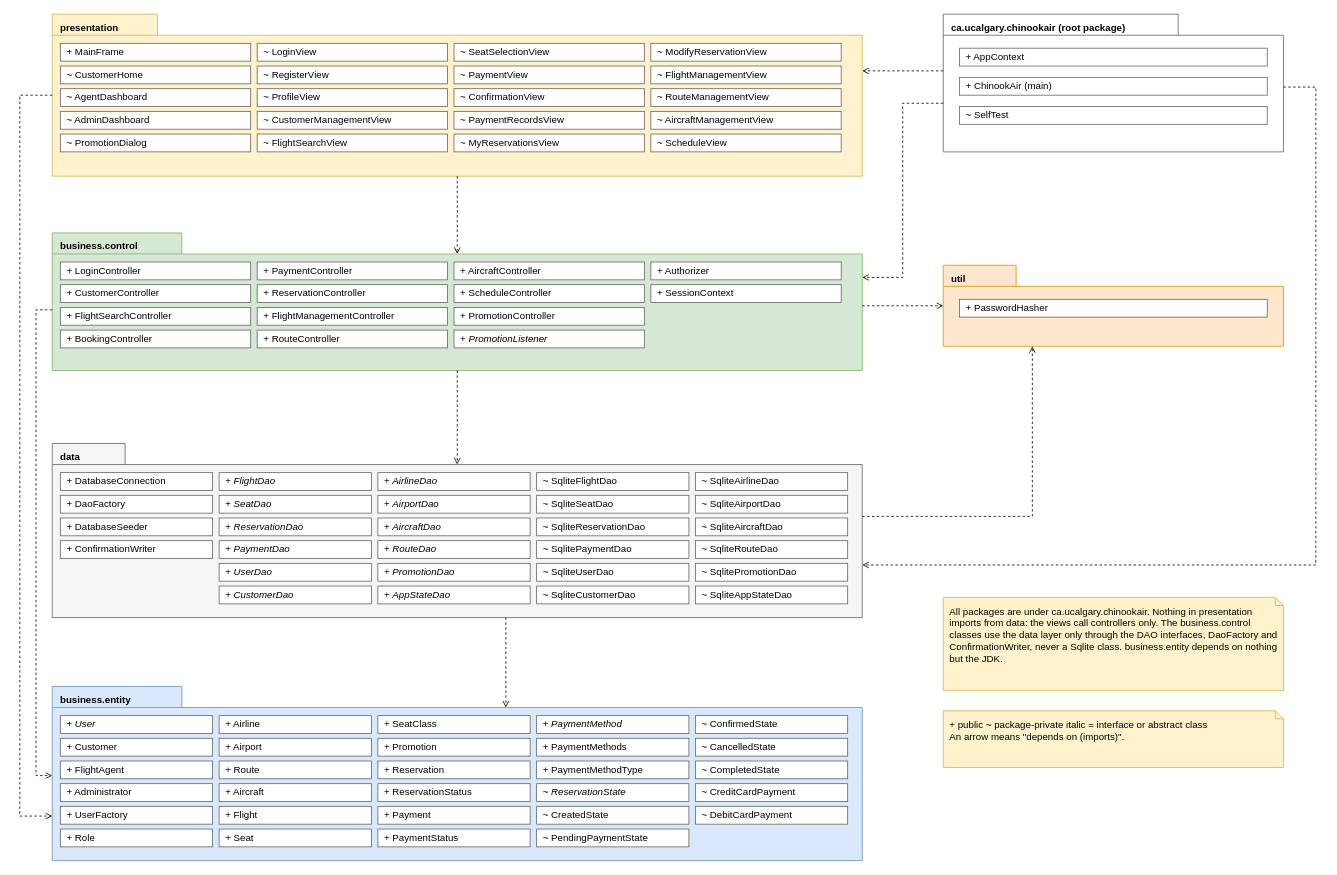
The draw.io diagram docs/diagrams/src/50-package.drawio in satyambhanot/ChinookAir, before the edit. Source tidied: cells renumbered, new cells numbered last; positions are measured from the earlier drawing's top-left corner, leaving out a move shared by most shapes. Both pictures are drawn from the tidied source at 81%, with x=0, y=0 at pixel (19, 14).
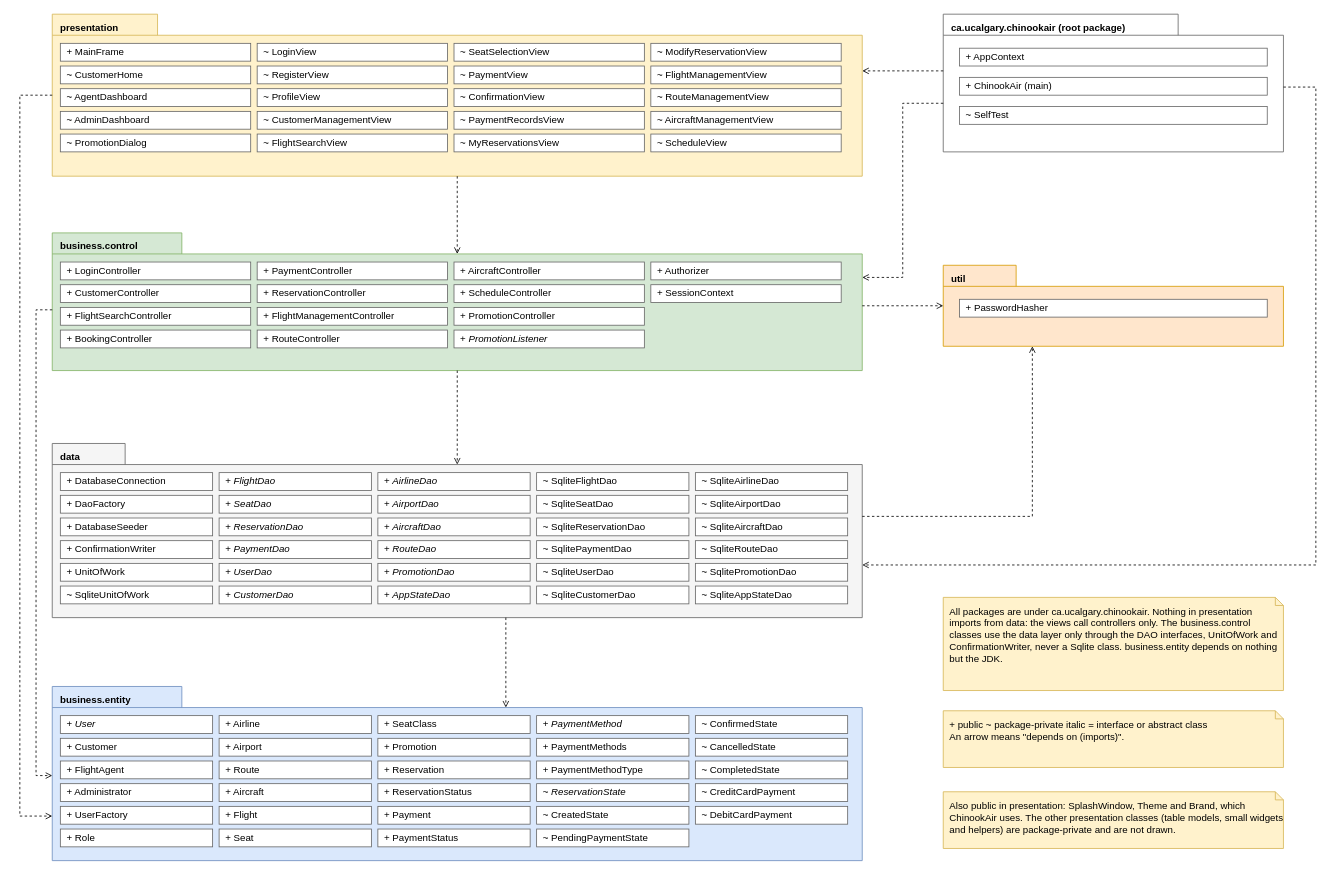
After the change.

Change to the diagram source:
```diff
@@
+    <mxCell id="115" value="+ UnitOfWork" style="rounded=0;html=1;whiteSpace=wrap;align=left;spacingLeft=6;fillColor=#ffffff;strokeColor=#666666;fontFamily=Helvetica;fontSize=12;" parent="1" vertex="1">
+      <mxGeometry x="50" y="678" width="188" height="22" as="geometry" />
+    </mxCell>
+    <mxCell id="116" value="~ SqliteUnitOfWork" style="rounded=0;html=1;whiteSpace=wrap;align=left;spacingLeft=6;fillColor=#ffffff;strokeColor=#666666;fontFamily=Helvetica;fontSize=12;" parent="1" vertex="1">
+      <mxGeometry x="50" y="706" width="188" height="22" as="geometry" />
+    </mxCell>
@@
-    <mxCell id="113" value="All packages are under ca.ucalgary.chinookair. Nothing in presentation imports from data: the views call controllers only. The business.control classes use the data layer only through the DAO interfaces, DaoFactory and ConfirmationWriter, never a Sqlite class. business.entity depends on nothing but the JDK." style="shape=note;whiteSpace=wrap;html=1;size=10;fillColor=#fff2cc;strokeColor=#d6b656;align=left;verticalAlign=top;spacingLeft=6;spacingTop=4;fontFamily=Helvetica;fontSize=12;" parent="1" vertex="1">
+    <mxCell id="113" value="All packages are under ca.ucalgary.chinookair. Nothing in presentation imports from data: the views call controllers only. The business.control classes use the data layer only through the DAO interfaces, UnitOfWork and ConfirmationWriter, never a Sqlite class. business.entity depends on nothing but the JDK." style="shape=note;whiteSpace=wrap;html=1;size=10;fillColor=#fff2cc;strokeColor=#d6b656;align=left;verticalAlign=top;spacingLeft=6;spacingTop=4;fontFamily=Helvetica;fontSize=12;" parent="1" vertex="1">
       <mxGeometry x="1140" y="720" width="420" height="115" as="geometry" />
     </mxCell>
@@
+    <mxCell id="117" value="Also public in presentation: SplashWindow, Theme and Brand, which ChinookAir uses. The other presentation classes (table models, small widgets and helpers) are package-private and are not drawn." style="shape=note;whiteSpace=wrap;html=1;size=10;fillColor=#fff2cc;strokeColor=#d6b656;align=left;verticalAlign=top;spacingLeft=6;spacingTop=4;fontFamily=Helvetica;fontSize=12;" parent="1" vertex="1">
+      <mxGeometry x="1140" y="960" width="420" height="70" as="geometry" />
+    </mxCell>
```
